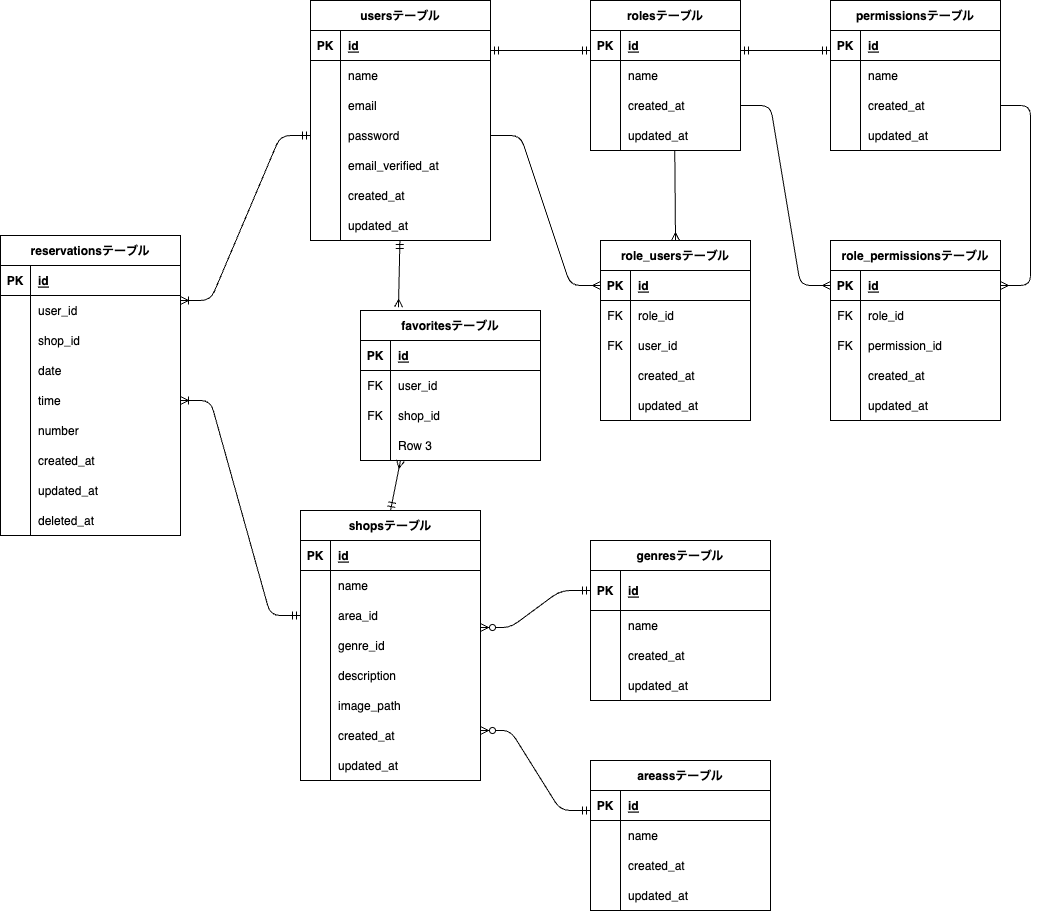
The draw.io diagram src/erd.drawio.png in kngshi/sim_rese, before a commit. Source tidied: cells renumbered, new cells last; positions are measured from the earlier drawing's top-left corner, leaving out a move shared by most shapes.
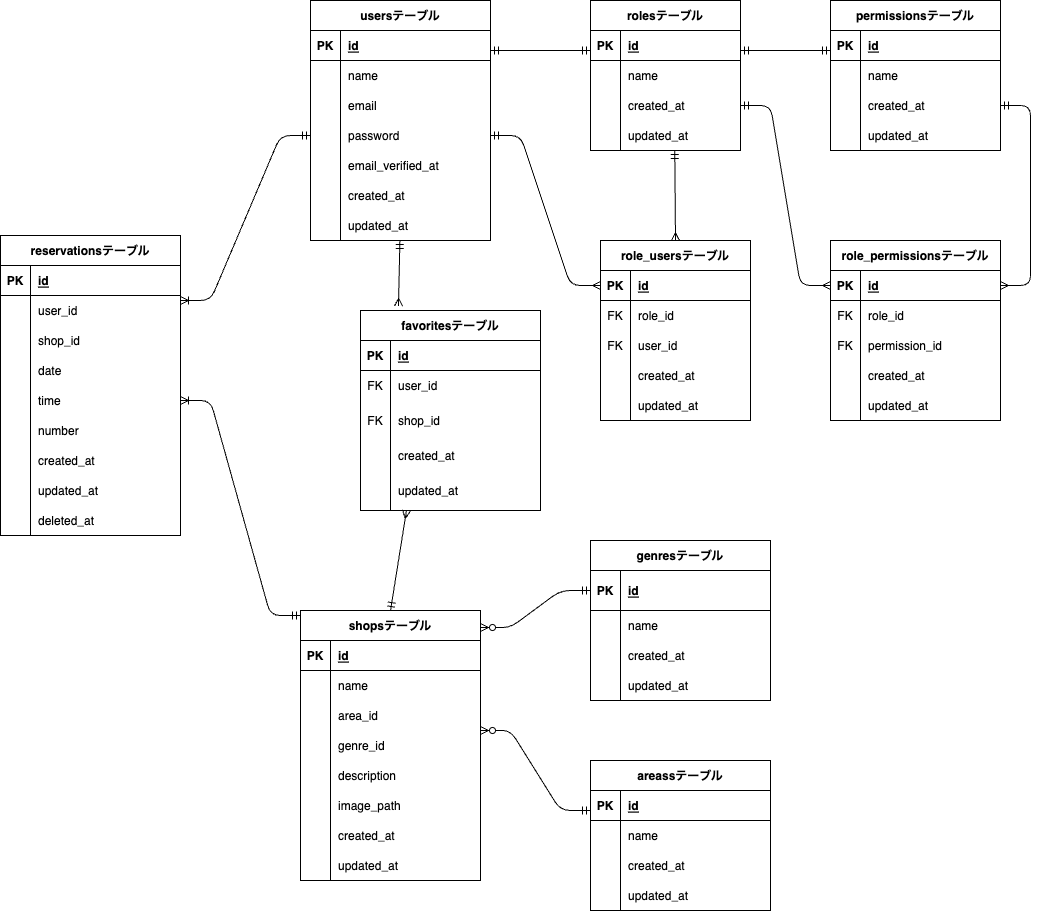
After the commit.

Change to the diagram source:
```diff
@@ -321,7 +321,7 @@
       <mxGeometry x="30" width="140" height="30" as="geometry" />
     </mxCell>
     <mxCell id="108" value="shopsテーブル" style="shape=table;startSize=30;rowLines=0;fontStyle=1;align=center;" parent="1" vertex="1">
-      <mxGeometry x="300" y="510" width="180" height="270" as="geometry" />
+      <mxGeometry x="300" y="610" width="180" height="270" as="geometry" />
     </mxCell>
     <mxCell id="109" style="shape=tableRow;horizontal=0;startSize=0;swimlaneHead=0;swimlaneBody=0;fillColor=none;top=0;left=0;right=0;bottom=1;" parent="108" vertex="1">
       <mxGeometry y="30" width="180" height="30" as="geometry" />
@@ -396,7 +396,7 @@
       <mxGeometry x="30" width="150" height="30" as="geometry" />
     </mxCell>
     <mxCell id="133" value="favoritesテーブル" style="shape=table;startSize=30;rowLines=0;fontStyle=1;align=center;" parent="1" vertex="1">
-      <mxGeometry x="360" y="310" width="180" height="150" as="geometry" />
+      <mxGeometry x="360" y="310" width="180" height="200" as="geometry" />
     </mxCell>
     <mxCell id="134" style="shape=tableRow;horizontal=0;startSize=0;swimlaneHead=0;swimlaneBody=0;fillColor=none;top=0;left=0;right=0;bottom=1;" parent="133" vertex="1">
       <mxGeometry y="30" width="180" height="30" as="geometry" />
@@ -417,23 +417,32 @@
       <mxGeometry x="30" width="150" height="30" as="geometry" />
     </mxCell>
     <mxCell id="140" style="shape=tableRow;horizontal=0;startSize=0;swimlaneHead=0;swimlaneBody=0;fillColor=none;top=0;left=0;right=0;bottom=0;" parent="133" vertex="1">
-      <mxGeometry y="90" width="180" height="30" as="geometry" />
+      <mxGeometry y="90" width="180" height="40" as="geometry" />
     </mxCell>
     <mxCell id="141" value="FK" style="shape=partialRectangle;fillColor=none;top=0;left=0;bottom=0;right=0;overflow=hidden;" parent="140" vertex="1">
-      <mxGeometry width="30" height="30" as="geometry" />
+      <mxGeometry width="30" height="40" as="geometry" />
     </mxCell>
     <mxCell id="142" value="shop_id" style="shape=partialRectangle;fillColor=none;top=0;left=0;bottom=0;right=0;align=left;spacingLeft=6;overflow=hidden;" parent="140" vertex="1">
-      <mxGeometry x="30" width="150" height="30" as="geometry" />
+      <mxGeometry x="30" width="150" height="40" as="geometry" />
     </mxCell>
     <mxCell id="143" style="shape=tableRow;horizontal=0;startSize=0;swimlaneHead=0;swimlaneBody=0;fillColor=none;top=0;left=0;right=0;bottom=0;" parent="133" vertex="1">
-      <mxGeometry y="120" width="180" height="30" as="geometry" />
+      <mxGeometry y="130" width="180" height="30" as="geometry" />
     </mxCell>
     <mxCell id="144" style="shape=partialRectangle;fillColor=none;top=0;left=0;bottom=0;right=0;overflow=hidden;" parent="143" vertex="1">
       <mxGeometry width="30" height="30" as="geometry" />
     </mxCell>
-    <mxCell id="145" value="Row 3" style="shape=partialRectangle;fillColor=none;top=0;left=0;bottom=0;right=0;align=left;spacingLeft=6;overflow=hidden;" parent="143" vertex="1">
+    <mxCell id="145" value="created_at" style="shape=partialRectangle;fillColor=none;top=0;left=0;bottom=0;right=0;align=left;spacingLeft=6;overflow=hidden;" parent="143" vertex="1">
       <mxGeometry x="30" width="150" height="30" as="geometry" />
     </mxCell>
+    <mxCell id="186" style="shape=tableRow;horizontal=0;startSize=0;swimlaneHead=0;swimlaneBody=0;fillColor=none;top=0;left=0;right=0;bottom=0;" parent="133" vertex="1">
+      <mxGeometry y="160" width="180" height="40" as="geometry" />
+    </mxCell>
+    <mxCell id="187" style="shape=partialRectangle;fillColor=none;top=0;left=0;bottom=0;right=0;overflow=hidden;" parent="186" vertex="1">
+      <mxGeometry width="30" height="40" as="geometry" />
+    </mxCell>
+    <mxCell id="188" value="updated_at" style="shape=partialRectangle;fillColor=none;top=0;left=0;bottom=0;right=0;align=left;spacingLeft=6;overflow=hidden;" parent="186" vertex="1">
+      <mxGeometry x="30" width="150" height="40" as="geometry" />
+    </mxCell>
     <mxCell id="146" value="reservationsテーブル" style="shape=table;startSize=30;rowLines=0;fontStyle=1;align=center;" parent="1" vertex="1">
       <mxGeometry y="235" width="180" height="300" as="geometry" />
     </mxCell>
@@ -552,10 +561,10 @@
         <mxPoint x="590" y="50" as="targetPoint" />
       </mxGeometry>
     </mxCell>
-    <mxCell id="180" style="edgeStyle=entityRelationEdgeStyle;fontSize=12;html=1;endArrow=ERmany;entryX=0;entryY=0.5;entryDx=0;entryDy=0;exitX=1;exitY=0.5;exitDx=0;exitDy=0;" parent="1" edge="1" source="31" target="93">
+    <mxCell id="180" style="edgeStyle=entityRelationEdgeStyle;fontSize=12;html=1;endArrow=ERmany;entryX=0;entryY=0.5;entryDx=0;entryDy=0;exitX=1;exitY=0.5;exitDx=0;exitDy=0;startArrow=ERmandOne;startFill=0;" parent="1" edge="1" source="31" target="93">
       <mxGeometry relative="1" as="geometry" />
     </mxCell>
-    <mxCell id="181" style="edgeStyle=entityRelationEdgeStyle;fontSize=12;html=1;endArrow=ERmany;entryX=1;entryY=0.5;entryDx=0;entryDy=0;exitX=1;exitY=0.5;exitDx=0;exitDy=0;" parent="1" edge="1" source="44" target="93">
+    <mxCell id="181" style="edgeStyle=entityRelationEdgeStyle;fontSize=12;html=1;endArrow=ERmany;entryX=1;entryY=0.5;entryDx=0;entryDy=0;exitX=1;exitY=0.5;exitDx=0;exitDy=0;startArrow=ERmandOne;startFill=0;" parent="1" edge="1" source="44" target="93">
       <mxGeometry relative="1" as="geometry" />
     </mxCell>
     <mxCell id="182" style="endArrow=ERmany;html=1;rounded=0;entryX=0.211;entryY=-0.022;entryDx=0;entryDy=0;entryPerimeter=0;endFill=0;startArrow=ERmandOne;startFill=0;" parent="1" edge="1" target="133">
@@ -565,15 +574,15 @@
     </mxCell>
     <mxCell id="183" style="endArrow=ERmandOne;html=1;rounded=0;entryX=0.5;entryY=0;entryDx=0;entryDy=0;startArrow=ERmany;startFill=0;endFill=0;" parent="1" edge="1" target="108">
       <mxGeometry relative="1" as="geometry">
-        <mxPoint x="400" y="460" as="sourcePoint" />
+        <mxPoint x="406" y="510" as="sourcePoint" />
       </mxGeometry>
     </mxCell>
-    <mxCell id="184" style="endArrow=ERmany;html=1;rounded=0;entryX=0.5;entryY=0;entryDx=0;entryDy=0;endFill=0;" parent="1" edge="1" target="76">
+    <mxCell id="184" style="endArrow=ERmany;html=1;rounded=0;entryX=0.5;entryY=0;entryDx=0;entryDy=0;endFill=0;startArrow=ERmandOne;startFill=0;" parent="1" edge="1" target="76">
       <mxGeometry relative="1" as="geometry">
         <mxPoint x="674.3" y="150" as="sourcePoint" />
       </mxGeometry>
     </mxCell>
-    <mxCell id="185" style="edgeStyle=entityRelationEdgeStyle;fontSize=12;html=1;endArrow=ERmany;entryX=0;entryY=0.5;entryDx=0;entryDy=0;exitX=1;exitY=0.5;exitDx=0;exitDy=0;" parent="1" edge="1" source="12" target="77">
+    <mxCell id="185" style="edgeStyle=entityRelationEdgeStyle;fontSize=12;html=1;endArrow=ERmany;entryX=0;entryY=0.5;entryDx=0;entryDy=0;exitX=1;exitY=0.5;exitDx=0;exitDy=0;startArrow=ERmandOne;startFill=0;" parent="1" edge="1" source="12" target="77">
       <mxGeometry relative="1" as="geometry" />
     </mxCell>
   </root>
```
